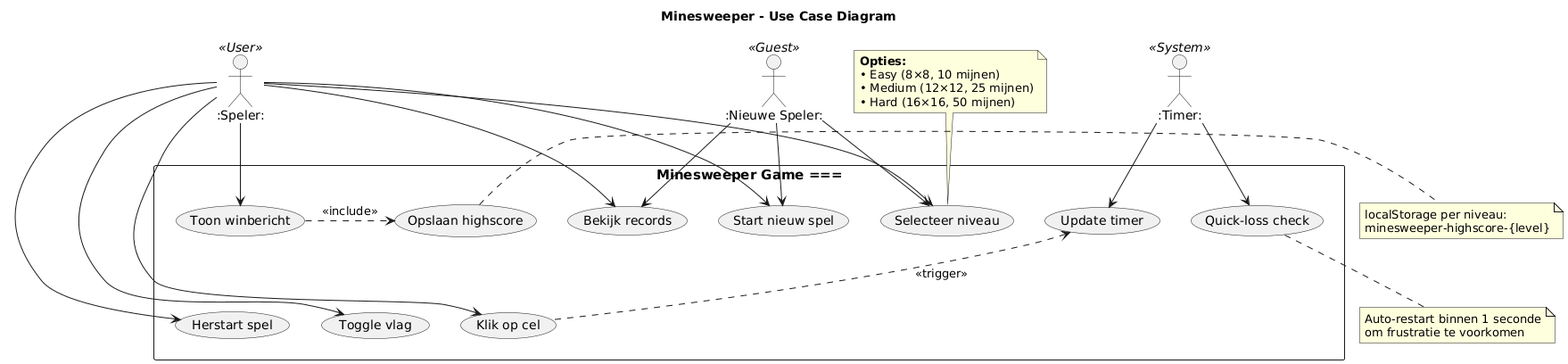
Elinekempe/Portfolio keeps this PlantUML diagram as Opdracht-2/Usecase-diagram.png. Above is the earlier version.
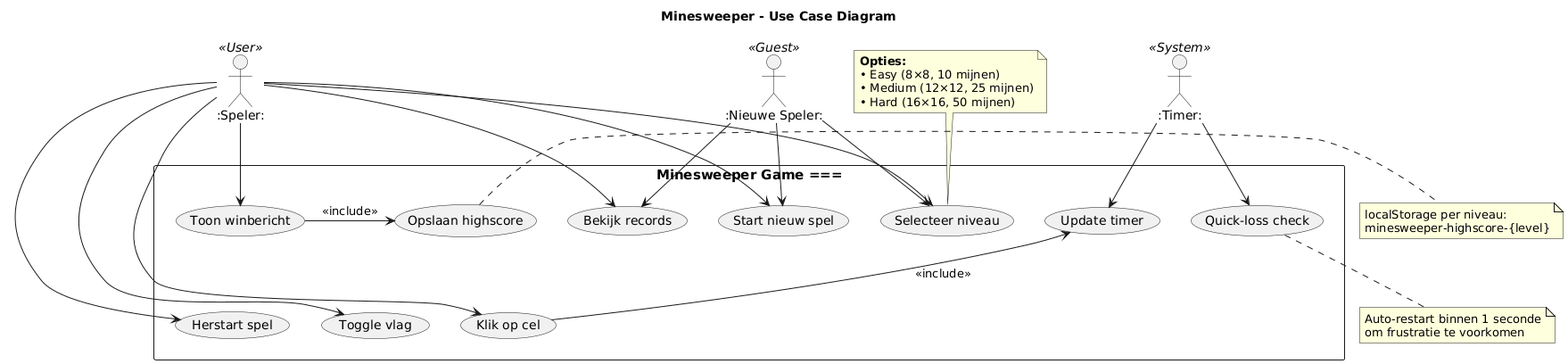
After the commit.

What changed in the source:
```diff
@@ -45,8 +45,8 @@
 Timer -down-> UC6
 Timer -down-> UC7
 
-UC8 .right.> UC9 : <<include>>
-UC3 .up.> UC6 : <<trigger>>
+UC8 -right-> UC9 : <<include>>
+UC3 -up-> UC6 : <<include>>
 
 note top of UC2
   **Opties:**
```
